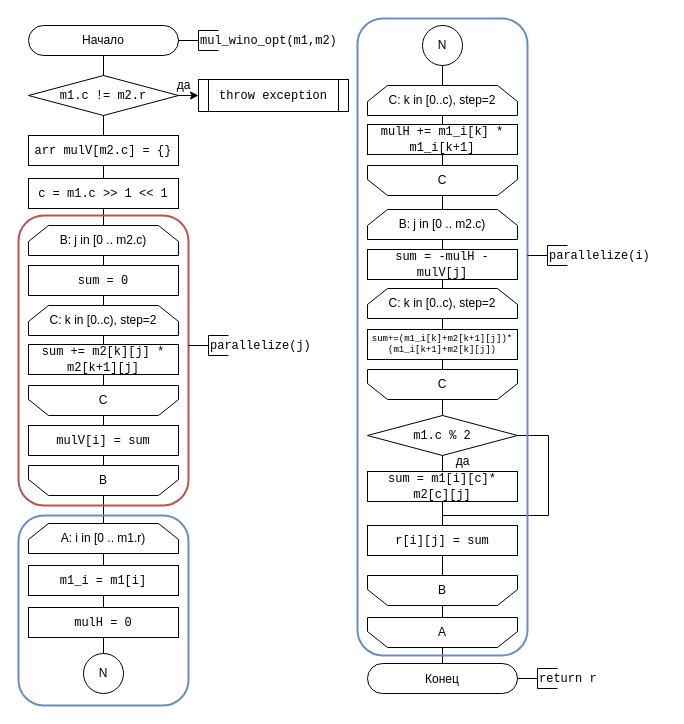
The draw.io diagram page "Page-2" (2 of 2) of AA/diagram/4.drawio in lnq99/BMSTU-IU7-5SEM, before the edit. Source tidied: cells renumbered, new cells numbered last; positions are measured from the earlier drawing's top-left corner, leaving out a move shared by most shapes. Both pictures are drawn from the tidied source at 100%, with x=0, y=0 at pixel (18, 18).
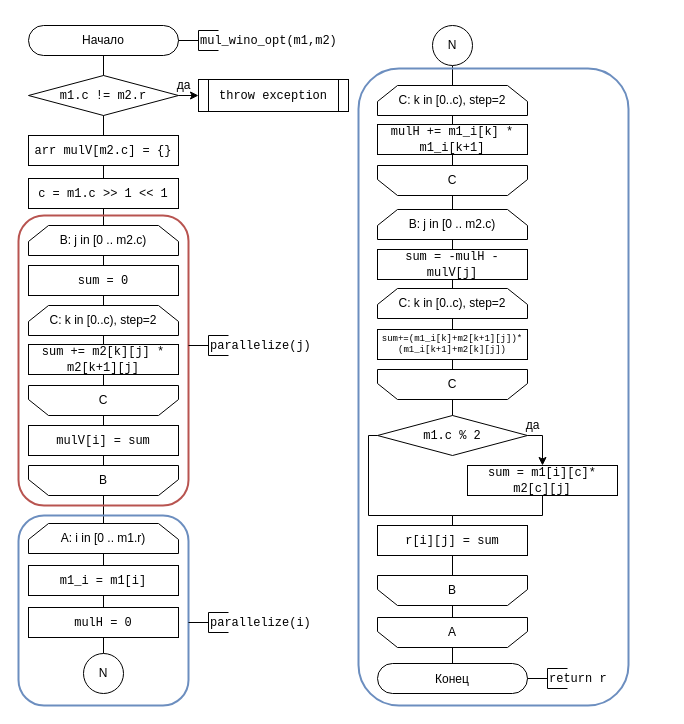
Above is the later version.

The edit, as a diff of the source:
```diff
@@
     <mxCell id="5" value="&lt;p style=&quot;line-height: 100%&quot;&gt;Конец&lt;/p&gt;" style="rounded=1;whiteSpace=wrap;html=1;arcSize=50;fillColor=none;" parent="1" vertex="1">
-      <mxGeometry x="349" y="645" width="150" height="30" as="geometry" />
+      <mxGeometry x="359" y="645" width="150" height="30" as="geometry" />
     </mxCell>
@@
     <mxCell id="13" style="strokeWidth=1;html=1;shape=mxgraph.flowchart.annotation_2;align=left;labelPosition=right;rounded=0;" parent="1" vertex="1">
-      <mxGeometry x="499" y="650" width="40" height="20" as="geometry" />
+      <mxGeometry x="509" y="650" width="40" height="20" as="geometry" />
     </mxCell>
     <mxCell id="14" value="&lt;div&gt;&lt;font face=&quot;Courier New&quot; style=&quot;font-size: 12px&quot;&gt;return r&lt;/font&gt;&lt;br&gt;&lt;/div&gt;" style="text;html=1;align=left;verticalAlign=top;spacingTop=-4;" parent="1" vertex="1">
-      <mxGeometry x="519" y="650" width="70" height="20" as="geometry" />
+      <mxGeometry x="529" y="650" width="70" height="20" as="geometry" />
     </mxCell>
@@
     <mxCell id="20" value="&lt;font face=&quot;Courier New&quot;&gt;mulH += m1_i[k] * m1_i[k+1]&lt;br&gt;&lt;/font&gt;" style="rounded=0;whiteSpace=wrap;html=1;strokeWidth=1;fillColor=none;" parent="1" vertex="1">
-      <mxGeometry x="349" y="106" width="150" height="30" as="geometry" />
+      <mxGeometry x="359" y="106" width="150" height="30" as="geometry" />
     </mxCell>
@@
     <mxCell id="22" value="&lt;span&gt;C&lt;/span&gt;" style="shape=loopLimit;whiteSpace=wrap;html=1;size=20;fillColor=none;rounded=0;direction=west;" parent="1" vertex="1">
-      <mxGeometry x="349" y="147" width="150" height="30" as="geometry" />
+      <mxGeometry x="359" y="147" width="150" height="30" as="geometry" />
     </mxCell>
@@
     <mxCell id="24" value="&lt;span&gt;C: k in [0..c)&lt;/span&gt;, step=2" style="shape=loopLimit;whiteSpace=wrap;html=1;size=20;fillColor=none;" parent="1" vertex="1">
-      <mxGeometry x="349" y="67" width="150" height="30" as="geometry" />
+      <mxGeometry x="359" y="67" width="150" height="30" as="geometry" />
     </mxCell>
@@
     <mxCell id="41" value="N" style="ellipse;whiteSpace=wrap;html=1;" parent="1" vertex="1">
-      <mxGeometry x="404" y="7" width="40" height="40" as="geometry" />
+      <mxGeometry x="414" y="7" width="40" height="40" as="geometry" />
     </mxCell>
@@
     <mxCell id="44" value="&lt;span&gt;A&lt;/span&gt;" style="shape=loopLimit;whiteSpace=wrap;html=1;size=20;fillColor=none;rounded=0;direction=west;" parent="1" vertex="1">
-      <mxGeometry x="349" y="599" width="150" height="30" as="geometry" />
+      <mxGeometry x="359" y="599" width="150" height="30" as="geometry" />
     </mxCell>
@@
     <mxCell id="50" value="&lt;span&gt;B: j in [0 .. m2.c)&lt;/span&gt;" style="shape=loopLimit;whiteSpace=wrap;html=1;size=20;fillColor=none;" parent="1" vertex="1">
-      <mxGeometry x="349" y="191" width="150" height="30" as="geometry" />
+      <mxGeometry x="359" y="191" width="150" height="30" as="geometry" />
     </mxCell>
@@
     <mxCell id="52" value="&lt;span&gt;B&lt;/span&gt;" style="shape=loopLimit;whiteSpace=wrap;html=1;size=20;fillColor=none;rounded=0;direction=west;" parent="1" vertex="1">
-      <mxGeometry x="349" y="557" width="150" height="30" as="geometry" />
+      <mxGeometry x="359" y="557" width="150" height="30" as="geometry" />
     </mxCell>
@@
     <mxCell id="54" value="&lt;font face=&quot;Courier New&quot;&gt;sum = -mulH - mulV[j]&lt;br&gt;&lt;/font&gt;" style="rounded=0;whiteSpace=wrap;html=1;strokeWidth=1;fillColor=none;" parent="1" vertex="1">
-      <mxGeometry x="349" y="231" width="150" height="30" as="geometry" />
+      <mxGeometry x="359" y="231" width="150" height="30" as="geometry" />
     </mxCell>
@@
     <mxCell id="56" value="&lt;font face=&quot;Courier New&quot;&gt;r[i][j] = sum&lt;br&gt;&lt;/font&gt;" style="rounded=0;whiteSpace=wrap;html=1;strokeWidth=1;fillColor=none;" parent="1" vertex="1">
-      <mxGeometry x="349" y="507" width="150" height="30" as="geometry" />
+      <mxGeometry x="359" y="507" width="150" height="30" as="geometry" />
     </mxCell>
@@
     <mxCell id="58" value="&lt;font face=&quot;Courier New&quot; style=&quot;font-size: 9px&quot;&gt;&lt;div&gt;sum+=&lt;span&gt;(m1_i[k]+m2[k+1][j])&lt;/span&gt;&lt;span&gt;*&lt;/span&gt;&lt;span&gt;(m1_i[k+1]+m2[k][j])&lt;/span&gt;&lt;/div&gt;&lt;/font&gt;" style="rounded=0;whiteSpace=wrap;html=1;strokeWidth=1;fillColor=none;" parent="1" vertex="1">
-      <mxGeometry x="349" y="311" width="150" height="30" as="geometry" />
+      <mxGeometry x="359" y="311" width="150" height="30" as="geometry" />
     </mxCell>
@@
     <mxCell id="60" value="&lt;span&gt;C&lt;/span&gt;" style="shape=loopLimit;whiteSpace=wrap;html=1;size=20;fillColor=none;rounded=0;direction=west;" parent="1" vertex="1">
-      <mxGeometry x="349" y="351" width="150" height="30" as="geometry" />
+      <mxGeometry x="359" y="351" width="150" height="30" as="geometry" />
     </mxCell>
@@
     <mxCell id="62" value="&lt;span&gt;C: k in [0..c)&lt;/span&gt;, step=2" style="shape=loopLimit;whiteSpace=wrap;html=1;size=20;fillColor=none;" parent="1" vertex="1">
-      <mxGeometry x="349" y="270" width="150" height="30" as="geometry" />
+      <mxGeometry x="359" y="270" width="150" height="30" as="geometry" />
     </mxCell>
+    <mxCell id="76" style="edgeStyle=orthogonalEdgeStyle;rounded=0;jettySize=auto;html=1;exitX=1;exitY=0.5;exitDx=0;exitDy=0;entryX=0.5;entryY=0;entryDx=0;entryDy=0;endArrow=classic;endFill=1;" parent="1" edge="1" source="64" target="68">
+      <mxGeometry relative="1" as="geometry">
+        <Array as="points">
+          <mxPoint x="524" y="417" />
+        </Array>
+      </mxGeometry>
+    </mxCell>
-    <mxCell id="63" style="edgeStyle=orthogonalEdgeStyle;rounded=0;jettySize=auto;html=1;exitX=1;exitY=0.5;exitDx=0;exitDy=0;entryX=0.5;entryY=0;entryDx=0;entryDy=0;endArrow=none;endFill=0;" parent="1" edge="1" source="64" target="56">
+    <mxCell id="63" style="edgeStyle=orthogonalEdgeStyle;rounded=0;jettySize=auto;html=1;exitX=0;exitY=0.5;exitDx=0;exitDy=0;entryX=0.5;entryY=0;entryDx=0;entryDy=0;endArrow=none;endFill=0;" parent="1" edge="1" source="64" target="56">
       <mxGeometry relative="1" as="geometry">
         <Array as="points">
-          <mxPoint x="530" y="417" />
-          <mxPoint x="530" y="497" />
-          <mxPoint x="424" y="497" />
+          <mxPoint x="350" y="417" />
+          <mxPoint x="350" y="497" />
+          <mxPoint x="434" y="497" />
         </Array>
       </mxGeometry>
     </mxCell>
     <mxCell id="64" value="&lt;font face=&quot;Courier New&quot;&gt;m1.c % 2&lt;/font&gt;" style="rhombus;whiteSpace=wrap;html=1;rounded=0;strokeWidth=1;fillColor=none;" parent="1" vertex="1">
-      <mxGeometry x="349" y="397" width="150" height="40" as="geometry" />
+      <mxGeometry x="359" y="397" width="150" height="40" as="geometry" />
     </mxCell>
     <mxCell id="65" value="да" style="text;html=1;align=center;verticalAlign=middle;" parent="1" vertex="1">
-      <mxGeometry x="429" y="433" width="30" height="20" as="geometry" />
+      <mxGeometry x="499" y="397" width="30" height="20" as="geometry" />
     </mxCell>
-    <mxCell id="66" style="edgeStyle=orthogonalEdgeStyle;rounded=0;jettySize=auto;html=1;exitX=0.5;exitY=0;exitDx=0;exitDy=0;entryX=0.5;entryY=1;entryDx=0;entryDy=0;endArrow=none;endFill=0;" parent="1" edge="1" source="68" target="64">
-      <mxGeometry relative="1" as="geometry" />
-    </mxCell>
@@
     <mxCell id="68" value="&lt;font face=&quot;Courier New&quot;&gt;sum = m1[i][c]* m2[c][j]&lt;br&gt;&lt;/font&gt;" style="rounded=0;whiteSpace=wrap;html=1;strokeWidth=1;fillColor=none;" parent="1" vertex="1">
-      <mxGeometry x="349" y="453" width="150" height="30" as="geometry" />
+      <mxGeometry x="449" y="447" width="150" height="30" as="geometry" />
     </mxCell>
@@
     <mxCell id="71" style="rounded=1;whiteSpace=wrap;html=1;strokeColor=#6c8ebf;fillColor=none;strokeWidth=2;" parent="1" vertex="1">
-      <mxGeometry x="339" width="170" height="637" as="geometry" />
+      <mxGeometry x="340" y="50" width="270" height="637" as="geometry" />
     </mxCell>
@@
     <mxCell id="74" style="strokeWidth=1;html=1;shape=mxgraph.flowchart.annotation_2;align=left;labelPosition=right;rounded=0;" parent="1" vertex="1">
-      <mxGeometry x="509" y="227" width="40" height="20" as="geometry" />
+      <mxGeometry x="170" y="594" width="40" height="20" as="geometry" />
     </mxCell>
     <mxCell id="75" value="&lt;div&gt;&lt;font face=&quot;Courier New&quot; style=&quot;font-size: 12px&quot;&gt;parallelize(i)&lt;/font&gt;&lt;br&gt;&lt;/div&gt;" style="text;html=1;align=left;verticalAlign=top;spacingTop=-4;" parent="1" vertex="1">
-      <mxGeometry x="529" y="227" width="120" height="20" as="geometry" />
+      <mxGeometry x="190" y="594" width="120" height="20" as="geometry" />
     </mxCell>
```
